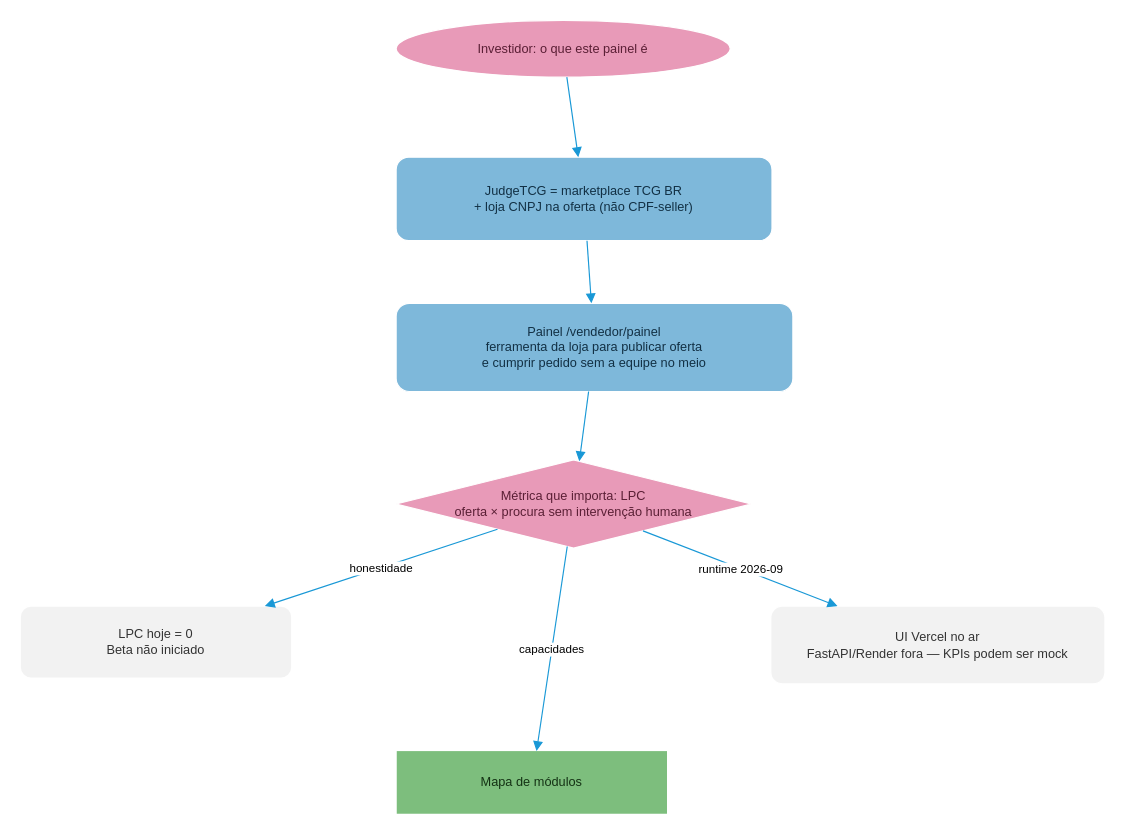
This is page "Tese investidor" (2 of 17) of docs/architecture/visio/JudgeTCG_Painel_Vendedor_Investidor.drawio from GCardoso26/seekguidance2, a draw.io file, before an edit. Source tidied: cells renumbered, new cells numbered last; positions are measured from the earlier drawing's top-left corner, leaving out a move shared by most shapes. Both pictures are drawn from the tidied source at 116%, with x=0, y=0 at pixel (20, 20).
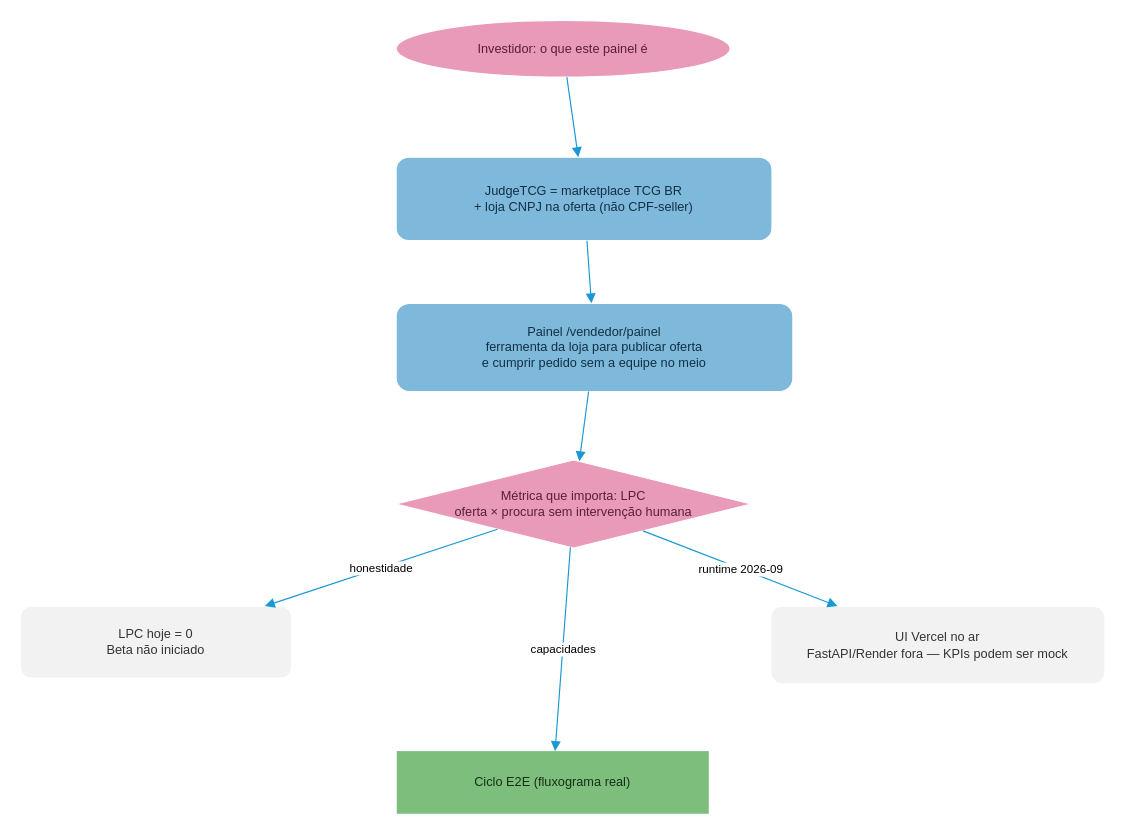
The same page after the edit.

Commit message (it also covers changes not shown here):
docs(visio): detalhar fluxograma real do painel do vendedor

Change to the diagram source:
```diff
@@
 <mxGraphModel>
   <root>
     <mxCell id="0" />
     <mxCell id="1" parent="0" />
     <mxCell id="2" value="Investidor: o que este painel é" style="ellipse;whiteSpace=wrap;html=1;fillColor=#e89ab8;fontColor=#5a1f35;strokeColor=#ffffff;fontSize=11;" parent="1" vertex="1">
       <mxGeometry x="324" width="288" height="49" as="geometry" />
     </mxCell>
     <mxCell id="3" value="JudgeTCG = marketplace TCG BR&#10;+ loja CNPJ na oferta (não CPF-seller)" style="rounded=1;whiteSpace=wrap;html=1;fillColor=#7eb8da;fontColor=#123044;strokeColor=#ffffff;fontSize=11;align=center;" parent="1" vertex="1">
       <mxGeometry x="324" y="118" width="324" height="72" as="geometry" />
     </mxCell>
     <mxCell id="4" value="Painel /vendedor/painel&#10;ferramenta da loja para publicar oferta&#10;e cumprir pedido sem a equipe no meio" style="rounded=1;whiteSpace=wrap;html=1;fillColor=#7eb8da;fontColor=#123044;strokeColor=#ffffff;fontSize=11;align=center;" parent="1" vertex="1">
       <mxGeometry x="324" y="244" width="342" height="76" as="geometry" />
     </mxCell>
     <mxCell id="5" value="Métrica que importa: LPC&#10;oferta × procura sem intervenção humana" style="rhombus;whiteSpace=wrap;html=1;fillColor=#e89ab8;fontColor=#5a1f35;strokeColor=#ffffff;fontSize=11;" parent="1" vertex="1">
       <mxGeometry x="324" y="379" width="306" height="76" as="geometry" />
     </mxCell>
     <mxCell id="6" value="LPC hoje = 0&#10;Beta não iniciado" style="rounded=1;whiteSpace=wrap;html=1;fillColor=#f2f2f2;fontColor=#333333;strokeColor=#ffffff;fontSize=11;align=center;" parent="1" vertex="1">
       <mxGeometry y="505" width="234" height="62" as="geometry" />
     </mxCell>
     <mxCell id="7" value="UI Vercel no ar&#10;FastAPI/Render fora — KPIs podem ser mock" style="rounded=1;whiteSpace=wrap;html=1;fillColor=#f2f2f2;fontColor=#333333;strokeColor=#ffffff;fontSize=11;align=center;" parent="1" vertex="1">
       <mxGeometry x="647" y="505" width="288" height="67" as="geometry" />
     </mxCell>
-    <mxCell id="8" value="Mapa de módulos" style="rounded=0;whiteSpace=wrap;html=1;fillColor=#7dbe7d;fontColor=#143214;strokeColor=#ffffff;fontSize=11;shape=partialRectangle;left=1;right=1;top=0;bottom=0;" parent="1" vertex="1">
-      <mxGeometry x="324" y="630" width="234" height="54" as="geometry" />
+    <mxCell id="8" value="Ciclo E2E (fluxograma real)" style="rounded=0;whiteSpace=wrap;html=1;fillColor=#7dbe7d;fontColor=#143214;strokeColor=#ffffff;fontSize=11;shape=partialRectangle;left=1;right=1;top=0;bottom=0;" parent="1" vertex="1">
+      <mxGeometry x="324" y="630" width="270" height="54" as="geometry" />
     </mxCell>
     <mxCell id="9" style="endArrow=block;html=1;strokeColor=#1998d6;fontSize=10;" parent="1" edge="1" source="2" target="3">
       <mxGeometry relative="1" as="geometry" />
     </mxCell>
     <mxCell id="10" style="endArrow=block;html=1;strokeColor=#1998d6;fontSize=10;" parent="1" edge="1" source="3" target="4">
       <mxGeometry relative="1" as="geometry" />
     </mxCell>
     <mxCell id="11" style="endArrow=block;html=1;strokeColor=#1998d6;fontSize=10;" parent="1" edge="1" source="4" target="5">
       <mxGeometry relative="1" as="geometry" />
     </mxCell>
     <mxCell id="12" value="honestidade" style="endArrow=block;html=1;strokeColor=#1998d6;fontSize=10;" parent="1" edge="1" source="5" target="6">
       <mxGeometry relative="1" as="geometry" />
     </mxCell>
     <mxCell id="13" value="runtime 2026-09" style="endArrow=block;html=1;strokeColor=#1998d6;fontSize=10;" parent="1" edge="1" source="5" target="7">
       <mxGeometry relative="1" as="geometry" />
     </mxCell>
     <mxCell id="14" value="capacidades" style="endArrow=block;html=1;strokeColor=#1998d6;fontSize=10;" parent="1" edge="1" source="5" target="8">
       <mxGeometry relative="1" as="geometry" />
     </mxCell>
   </root>
 </mxGraphModel>
```
